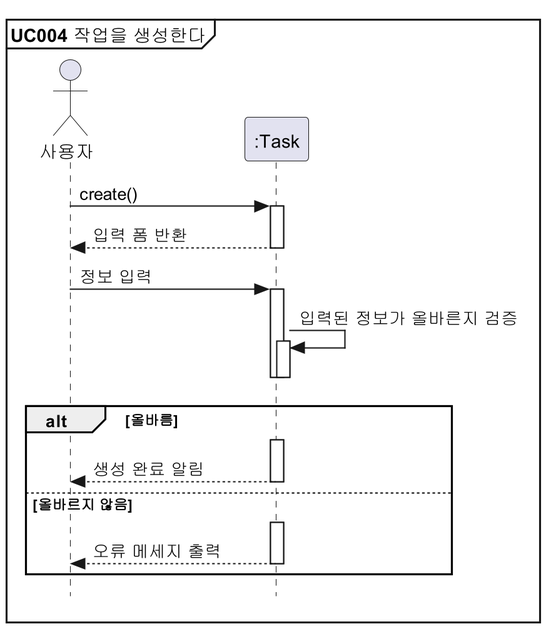
The PlantUML diagram docs/설계명세서/images/seq_diag/uc004.png in parkchamchi/SoftwareEngineering2023, before a commit. Its diagram source:
```plantuml
@startuml
!includesub style.puml!STYLE

mainframe **UC004** 작업을 생성한다

actor 사용자
participant ":Task" as Task

사용자 -> Task : create()
Task --> 사용자 : 입력 폼 반환

사용자 -> Task : 정보 입력
Task -> Task : 입력된 정보가 올바른지 검증
deactivate Task
deactivate Task

alt 올바름
	사용자 -[hidden]> Task
	Task --> 사용자 : 생성 완료 알림
else 올바르지 않음
	사용자 -[hidden]> Task
	Task --> 사용자 : 오류 메세지 출력
end

@enduml
```
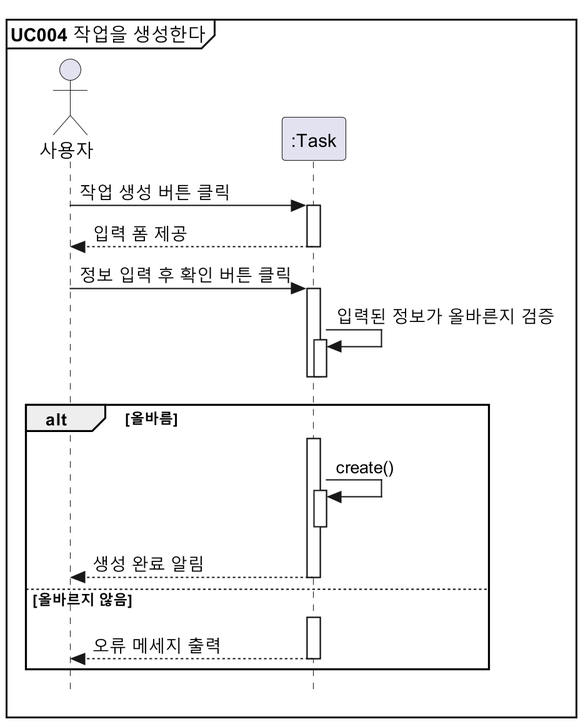
The same diagram one commit later.

Change to the diagram source:
```diff
@@ -6,16 +6,18 @@
 actor 사용자
 participant ":Task" as Task
 
-사용자 -> Task : create()
-Task --> 사용자 : 입력 폼 반환
+사용자 -> Task : 작업 생성 버튼 클릭
+Task --> 사용자 : 입력 폼 제공
 
-사용자 -> Task : 정보 입력
+사용자 -> Task : 정보 입력 후 확인 버튼 클릭
 Task -> Task : 입력된 정보가 올바른지 검증
 deactivate Task
 deactivate Task
 
 alt 올바름
 	사용자 -[hidden]> Task
+	Task -> Task : create()
+	deactivate Task
 	Task --> 사용자 : 생성 완료 알림
 else 올바르지 않음
 	사용자 -[hidden]> Task
```
